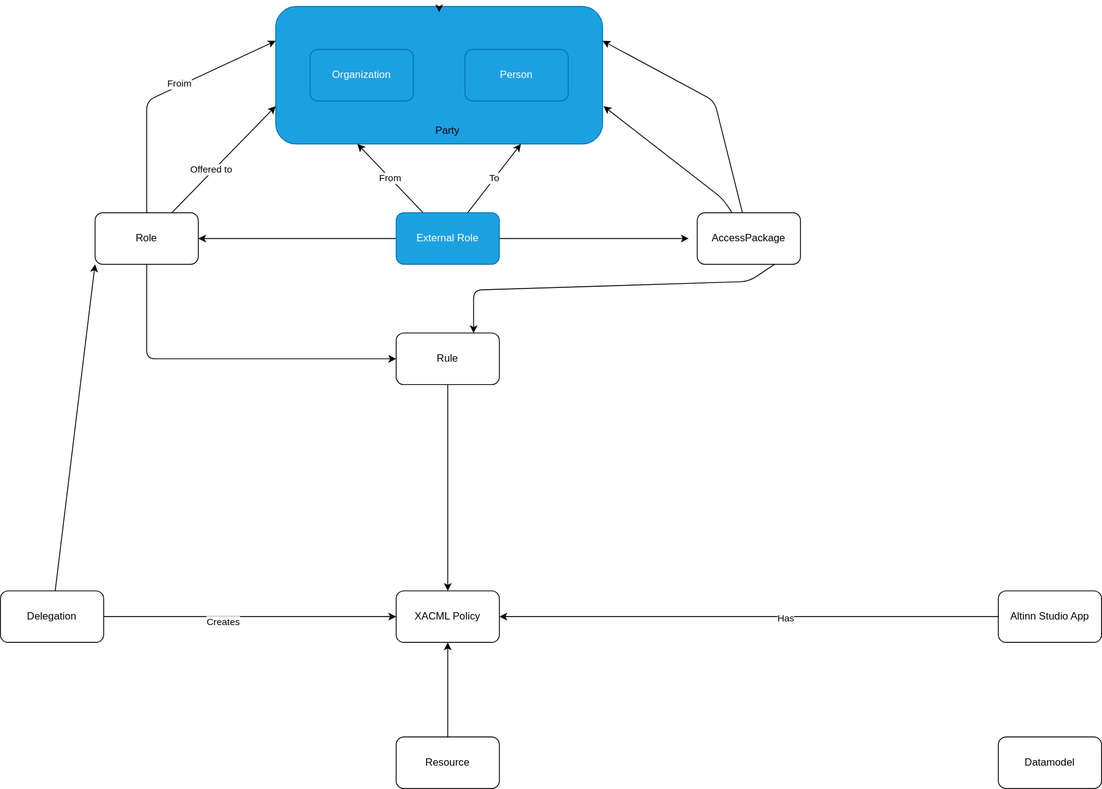
Altinn/altinn-studio-docs keeps this draw.io diagram as content/technology/architecture/informationmodel.drawio.svg. Above is the earlier version. Source tidied: cells renumbered, new cells last; positions are measured from the earlier drawing's top-left corner, leaving out a move shared by most shapes.
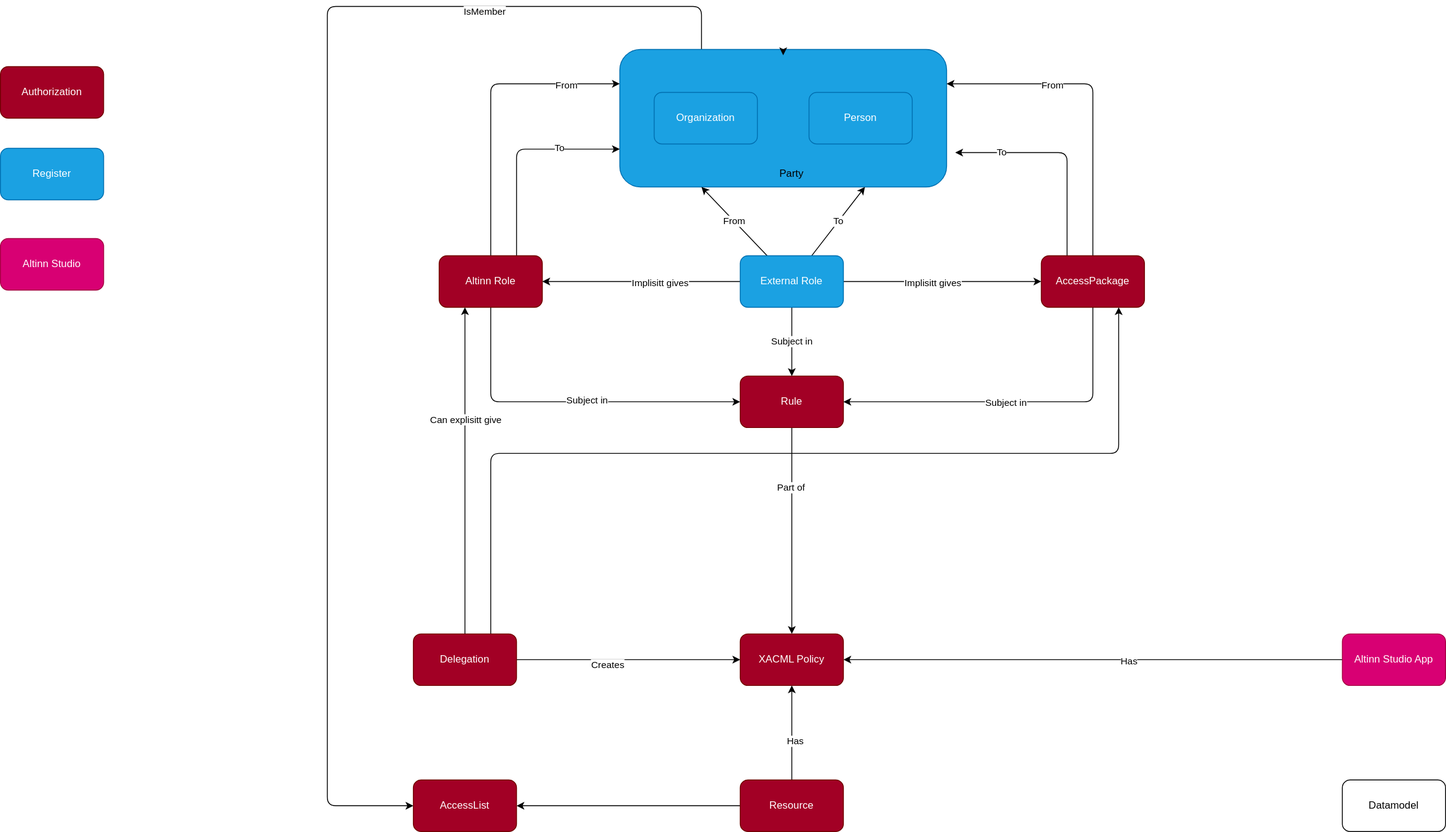
The same diagram one commit later.

The edit, as a diff of the source:
```diff
@@ -2,6 +2,18 @@
   <root>
     <mxCell id="0" />
     <mxCell id="1" parent="0" />
+    <mxCell id="35" style="edgeStyle=none;html=1;entryX=0;entryY=0.5;entryDx=0;entryDy=0;exitX=0.25;exitY=0;exitDx=0;exitDy=0;" parent="1" edge="1" source="2" target="52">
+      <mxGeometry relative="1" as="geometry">
+        <Array as="points">
+          <mxPoint x="415" y="-50" />
+          <mxPoint x="-20" y="-50" />
+          <mxPoint x="-20" y="880" />
+        </Array>
+      </mxGeometry>
+    </mxCell>
+    <mxCell id="36" value="IsMember" style="edgeLabel;html=1;align=center;verticalAlign=middle;" parent="35" vertex="1">
+      <mxGeometry x="-0.6" y="5" relative="1" as="geometry" />
+    </mxCell>
     <mxCell id="2" style="rounded=1;whiteSpace=wrap;html=1;fillColor=#1ba1e2;strokeColor=#006EAF;fontColor=#ffffff;" parent="1" vertex="1">
       <mxGeometry x="320" width="380" height="160" as="geometry" />
     </mxCell>
@@ -17,34 +29,43 @@
     <mxCell id="6" value="Has" style="edgeLabel;html=1;align=center;verticalAlign=middle;" parent="5" vertex="1">
       <mxGeometry x="-0.14" y="1" relative="1" as="geometry" />
     </mxCell>
-    <mxCell id="7" value="Altinn Studio App" style="rounded=1;whiteSpace=wrap;html=1;" parent="1" vertex="1">
+    <mxCell id="7" value="Altinn Studio App" style="rounded=1;whiteSpace=wrap;html=1;fillColor=#d80073;fontColor=#ffffff;strokeColor=#A50040;" parent="1" vertex="1">
       <mxGeometry x="1160" y="680" width="120" height="60" as="geometry" />
     </mxCell>
     <mxCell id="8" style="edgeStyle=none;html=1;entryX=0.5;entryY=1;entryDx=0;entryDy=0;" parent="1" edge="1" source="9" target="10">
       <mxGeometry relative="1" as="geometry" />
     </mxCell>
+    <mxCell id="37" value="Has" style="edgeLabel;html=1;align=center;verticalAlign=middle;" parent="8" vertex="1">
+      <mxGeometry x="-0.18" y="-3" relative="1" as="geometry" />
+    </mxCell>
+    <mxCell id="38" style="edgeStyle=none;html=1;entryX=1;entryY=0.5;entryDx=0;entryDy=0;" parent="1" edge="1" source="9" target="52">
+      <mxGeometry relative="1" as="geometry" />
+    </mxCell>
-    <mxCell id="9" value="Resource" style="rounded=1;whiteSpace=wrap;html=1;" parent="1" vertex="1">
+    <mxCell id="9" value="Resource" style="rounded=1;whiteSpace=wrap;html=1;fillColor=#a20025;fontColor=#ffffff;strokeColor=#6F0000;" parent="1" vertex="1">
       <mxGeometry x="460" y="850" width="120" height="60" as="geometry" />
     </mxCell>
-    <mxCell id="10" value="XACML Policy" style="rounded=1;whiteSpace=wrap;html=1;" parent="1" vertex="1">
+    <mxCell id="10" value="XACML Policy" style="rounded=1;whiteSpace=wrap;html=1;fillColor=#a20025;fontColor=#ffffff;strokeColor=#6F0000;" parent="1" vertex="1">
       <mxGeometry x="460" y="680" width="120" height="60" as="geometry" />
     </mxCell>
     <mxCell id="11" style="edgeStyle=none;html=1;" parent="1" edge="1" source="12" target="10">
       <mxGeometry relative="1" as="geometry" />
     </mxCell>
+    <mxCell id="39" value="Part of" style="edgeLabel;html=1;align=center;verticalAlign=middle;" parent="11" vertex="1">
+      <mxGeometry x="-0.42" y="-2" relative="1" as="geometry" />
+    </mxCell>
-    <mxCell id="12" value="Rule" style="rounded=1;whiteSpace=wrap;html=1;" parent="1" vertex="1">
+    <mxCell id="12" value="Rule" style="rounded=1;whiteSpace=wrap;html=1;fillColor=#a20025;fontColor=#ffffff;strokeColor=#6F0000;" parent="1" vertex="1">
       <mxGeometry x="460" y="380" width="120" height="60" as="geometry" />
     </mxCell>
     <mxCell id="13" style="edgeStyle=none;html=1;entryX=0;entryY=0.25;entryDx=0;entryDy=0;" parent="1" edge="1" source="18" target="2">
       <mxGeometry relative="1" as="geometry">
         <Array as="points">
-          <mxPoint x="170" y="110" />
+          <mxPoint x="170" y="40" />
         </Array>
       </mxGeometry>
     </mxCell>
-    <mxCell id="14" value="Froim" style="edgeLabel;html=1;align=center;verticalAlign=middle;" parent="13" vertex="1">
-      <mxGeometry x="0.17" y="3" relative="1" as="geometry" />
-    </mxCell>
+    <mxCell id="40" value="From" style="edgeLabel;html=1;align=center;verticalAlign=middle;" parent="13" vertex="1">
+      <mxGeometry x="0.64" y="-1" relative="1" as="geometry" />
+    </mxCell>
     <mxCell id="15" style="edgeStyle=none;html=1;entryX=0;entryY=0.5;entryDx=0;entryDy=0;" parent="1" edge="1" source="18" target="12">
       <mxGeometry relative="1" as="geometry">
         <Array as="points">
@@ -52,68 +73,104 @@
         </Array>
       </mxGeometry>
     </mxCell>
+    <mxCell id="41" value="Subject in" style="edgeLabel;html=1;align=center;verticalAlign=middle;" parent="15" vertex="1">
+      <mxGeometry x="0.1" y="3" relative="1" as="geometry" />
+    </mxCell>
-    <mxCell id="16" style="edgeStyle=none;html=1;entryX=0;entryY=0.725;entryDx=0;entryDy=0;entryPerimeter=0;" parent="1" edge="1" source="18" target="2">
-      <mxGeometry relative="1" as="geometry" />
+    <mxCell id="16" style="edgeStyle=none;html=1;entryX=0;entryY=0.725;entryDx=0;entryDy=0;entryPerimeter=0;exitX=0.75;exitY=0;exitDx=0;exitDy=0;" parent="1" edge="1" source="18" target="2">
+      <mxGeometry relative="1" as="geometry">
+        <Array as="points">
+          <mxPoint x="200" y="116" />
+        </Array>
+      </mxGeometry>
     </mxCell>
-    <mxCell id="17" value="Offered to" style="edgeLabel;html=1;align=center;verticalAlign=middle;" parent="16" vertex="1">
-      <mxGeometry x="-0.22" y="2" relative="1" as="geometry">
-        <mxPoint y="-1" as="offset" />
-      </mxGeometry>
-    </mxCell>
+    <mxCell id="42" value="To" style="edgeLabel;html=1;align=center;verticalAlign=middle;" parent="16" vertex="1">
+      <mxGeometry x="0.42" y="2" relative="1" as="geometry" />
+    </mxCell>
-    <mxCell id="18" value="Role" style="rounded=1;whiteSpace=wrap;html=1;" parent="1" vertex="1">
+    <mxCell id="18" value="Altinn Role" style="rounded=1;whiteSpace=wrap;html=1;fillColor=#a20025;fontColor=#ffffff;strokeColor=#6F0000;" parent="1" vertex="1">
       <mxGeometry x="110" y="240" width="120" height="60" as="geometry" />
     </mxCell>
     <mxCell id="19" style="edgeStyle=none;html=1;entryX=0;entryY=0.5;entryDx=0;entryDy=0;" parent="1" edge="1" source="22" target="10">
       <mxGeometry relative="1" as="geometry" />
     </mxCell>
-    <mxCell id="20" value="Creates&amp;nbsp;" style="edgeLabel;html=1;align=center;verticalAlign=middle;" parent="19" vertex="1">
+    <mxCell id="20" value="Creates" style="edgeLabel;html=1;align=center;verticalAlign=middle;" parent="19" vertex="1">
       <mxGeometry x="-0.19" y="-5" relative="1" as="geometry" />
     </mxCell>
-    <mxCell id="21" style="edgeStyle=none;html=1;entryX=0;entryY=1;entryDx=0;entryDy=0;" parent="1" edge="1" source="22" target="18">
+    <mxCell id="21" style="edgeStyle=none;html=1;entryX=0.25;entryY=1;entryDx=0;entryDy=0;" parent="1" edge="1" source="22" target="18">
       <mxGeometry relative="1" as="geometry" />
     </mxCell>
+    <mxCell id="43" value="Can explisitt give" style="edgeLabel;html=1;align=center;verticalAlign=middle;" parent="21" vertex="1">
+      <mxGeometry x="-0.21" y="-1" relative="1" as="geometry">
+        <mxPoint x="-1" y="-100" as="offset" />
+      </mxGeometry>
+    </mxCell>
+    <mxCell id="44" style="edgeStyle=none;html=1;entryX=0.75;entryY=1;entryDx=0;entryDy=0;exitX=0.75;exitY=0;exitDx=0;exitDy=0;" parent="1" edge="1" source="22" target="26">
+      <mxGeometry relative="1" as="geometry">
+        <Array as="points">
+          <mxPoint x="170" y="470" />
+          <mxPoint x="900" y="470" />
+        </Array>
+      </mxGeometry>
+    </mxCell>
-    <mxCell id="22" value="Delegation" style="rounded=1;whiteSpace=wrap;html=1;" parent="1" vertex="1">
-      <mxGeometry y="680" width="120" height="60" as="geometry" />
+    <mxCell id="22" value="Delegation" style="rounded=1;whiteSpace=wrap;html=1;fillColor=#a20025;fontColor=#ffffff;strokeColor=#6F0000;" parent="1" vertex="1">
+      <mxGeometry x="80" y="680" width="120" height="60" as="geometry" />
     </mxCell>
     <mxCell id="23" style="edgeStyle=none;html=1;entryX=1;entryY=0.25;entryDx=0;entryDy=0;" parent="1" edge="1" source="26" target="2">
       <mxGeometry relative="1" as="geometry">
         <Array as="points">
-          <mxPoint x="830" y="110" />
+          <mxPoint x="870" y="40" />
         </Array>
       </mxGeometry>
     </mxCell>
-    <mxCell id="24" style="edgeStyle=none;html=1;entryX=1.003;entryY=0.725;entryDx=0;entryDy=0;entryPerimeter=0;" parent="1" edge="1" source="26" target="2">
-      <mxGeometry relative="1" as="geometry">
-        <Array as="points">
-          <mxPoint x="840" y="224" />
-        </Array>
-      </mxGeometry>
-    </mxCell>
+    <mxCell id="45" value="From" style="edgeLabel;html=1;align=center;verticalAlign=middle;" parent="23" vertex="1">
+      <mxGeometry x="0.34" y="1" relative="1" as="geometry" />
+    </mxCell>
+    <mxCell id="46" style="edgeStyle=none;html=1;exitX=0.25;exitY=0;exitDx=0;exitDy=0;" parent="1" edge="1" source="26">
+      <mxGeometry relative="1" as="geometry">
+        <mxPoint x="710" y="120" as="targetPoint" />
+        <Array as="points">
+          <mxPoint x="840" y="120" />
+        </Array>
+      </mxGeometry>
+    </mxCell>
+    <mxCell id="47" value="To" style="edgeLabel;html=1;align=center;verticalAlign=middle;" parent="46" vertex="1">
+      <mxGeometry x="0.58" y="-1" relative="1" as="geometry" />
+    </mxCell>
-    <mxCell id="25" style="edgeStyle=none;html=1;entryX=0.75;entryY=0;entryDx=0;entryDy=0;exitX=0.75;exitY=1;exitDx=0;exitDy=0;" parent="1" edge="1" source="26" target="12">
+    <mxCell id="25" style="edgeStyle=none;html=1;entryX=1;entryY=0.5;entryDx=0;entryDy=0;" parent="1" edge="1" source="26" target="12">
       <mxGeometry relative="1" as="geometry">
         <Array as="points">
-          <mxPoint x="870" y="320" />
-          <mxPoint x="550" y="330" />
+          <mxPoint x="870" y="410" />
         </Array>
       </mxGeometry>
     </mxCell>
+    <mxCell id="48" value="Subject in" style="edgeLabel;html=1;align=center;verticalAlign=middle;" parent="25" vertex="1">
+      <mxGeometry x="0.06" relative="1" as="geometry" />
+    </mxCell>
-    <mxCell id="26" value="AccessPackage" style="rounded=1;whiteSpace=wrap;html=1;" parent="1" vertex="1">
+    <mxCell id="26" value="AccessPackage" style="rounded=1;whiteSpace=wrap;html=1;fillColor=#a20025;fontColor=#ffffff;strokeColor=#6F0000;" parent="1" vertex="1">
       <mxGeometry x="810" y="240" width="120" height="60" as="geometry" />
     </mxCell>
-    <mxCell id="27" style="edgeStyle=none;html=1;" parent="1" edge="1" source="31">
-      <mxGeometry relative="1" as="geometry">
-        <mxPoint x="800" y="270" as="targetPoint" />
-      </mxGeometry>
+    <mxCell id="27" style="edgeStyle=none;html=1;entryX=0;entryY=0.5;entryDx=0;entryDy=0;" parent="1" edge="1" source="31" target="26">
+      <mxGeometry relative="1" as="geometry" />
     </mxCell>
+    <mxCell id="49" value="Implisitt gives" style="edgeLabel;html=1;align=center;verticalAlign=middle;" parent="27" vertex="1">
+      <mxGeometry x="-0.1" y="-1" relative="1" as="geometry" />
+    </mxCell>
     <mxCell id="28" style="edgeStyle=none;html=1;entryX=1;entryY=0.5;entryDx=0;entryDy=0;" parent="1" edge="1" source="31" target="18">
       <mxGeometry relative="1" as="geometry" />
     </mxCell>
+    <mxCell id="50" value="Implisitt gives" style="edgeLabel;html=1;align=center;verticalAlign=middle;" parent="28" vertex="1">
+      <mxGeometry x="-0.34" y="1" relative="1" as="geometry">
+        <mxPoint x="-18" as="offset" />
+      </mxGeometry>
+    </mxCell>
     <mxCell id="29" value="To" style="edgeStyle=none;html=1;entryX=0.75;entryY=1;entryDx=0;entryDy=0;" parent="1" edge="1" source="31" target="2">
       <mxGeometry relative="1" as="geometry" />
     </mxCell>
     <mxCell id="30" value="From" style="edgeStyle=none;html=1;entryX=0.25;entryY=1;entryDx=0;entryDy=0;" parent="1" edge="1" source="31" target="2">
       <mxGeometry relative="1" as="geometry" />
     </mxCell>
+    <mxCell id="51" value="Subject in" style="edgeStyle=none;html=1;" parent="1" edge="1" source="31" target="12">
+      <mxGeometry relative="1" as="geometry" />
+    </mxCell>
     <mxCell id="31" value="External Role" style="rounded=1;whiteSpace=wrap;html=1;fillColor=#1ba1e2;strokeColor=#006EAF;fontColor=#ffffff;" parent="1" vertex="1">
       <mxGeometry x="460" y="240" width="120" height="60" as="geometry" />
     </mxCell>
@@ -126,5 +183,17 @@
     <mxCell id="34" value="Datamodel" style="rounded=1;whiteSpace=wrap;html=1;" parent="1" vertex="1">
       <mxGeometry x="1160" y="850" width="120" height="60" as="geometry" />
     </mxCell>
+    <mxCell id="52" value="AccessList" style="rounded=1;whiteSpace=wrap;html=1;fillColor=#a20025;fontColor=#ffffff;strokeColor=#6F0000;" parent="1" vertex="1">
+      <mxGeometry x="80" y="850" width="120" height="60" as="geometry" />
+    </mxCell>
+    <mxCell id="53" value="Authorization" style="rounded=1;whiteSpace=wrap;html=1;fillColor=#a20025;fontColor=#ffffff;strokeColor=#6F0000;" parent="1" vertex="1">
+      <mxGeometry x="-400" y="20" width="120" height="60" as="geometry" />
+    </mxCell>
+    <mxCell id="54" value="Register" style="rounded=1;whiteSpace=wrap;html=1;fillColor=#1ba1e2;strokeColor=#006EAF;fontColor=#ffffff;" parent="1" vertex="1">
+      <mxGeometry x="-400" y="115" width="120" height="60" as="geometry" />
+    </mxCell>
+    <mxCell id="55" value="Altinn Studio" style="rounded=1;whiteSpace=wrap;html=1;fillColor=#d80073;fontColor=#ffffff;strokeColor=#A50040;" parent="1" vertex="1">
+      <mxGeometry x="-400" y="220" width="120" height="60" as="geometry" />
+    </mxCell>
   </root>
 </mxGraphModel>
```
